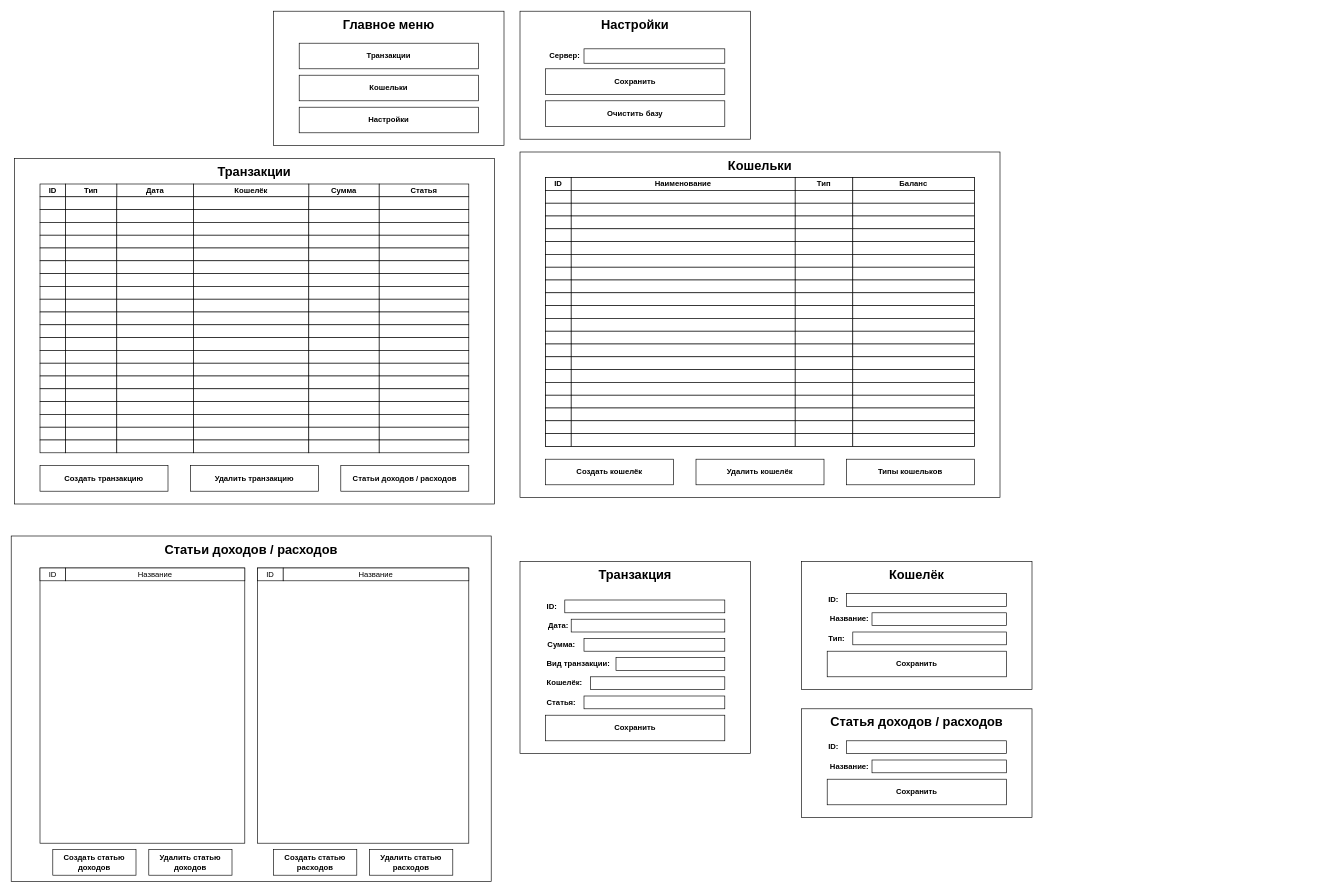
SalavatovNabiulla/MyMoney keeps this draw.io diagram as page "0.2" (1 of 2) of Other/Design.drawio. Above is the earlier version. Source tidied: cells renumbered, new cells numbered last; positions are measured from the earlier drawing's top-left corner, leaving out a move shared by most shapes. Both pictures are drawn from the tidied source at 64%, with x=0, y=0 at pixel (11, 11).
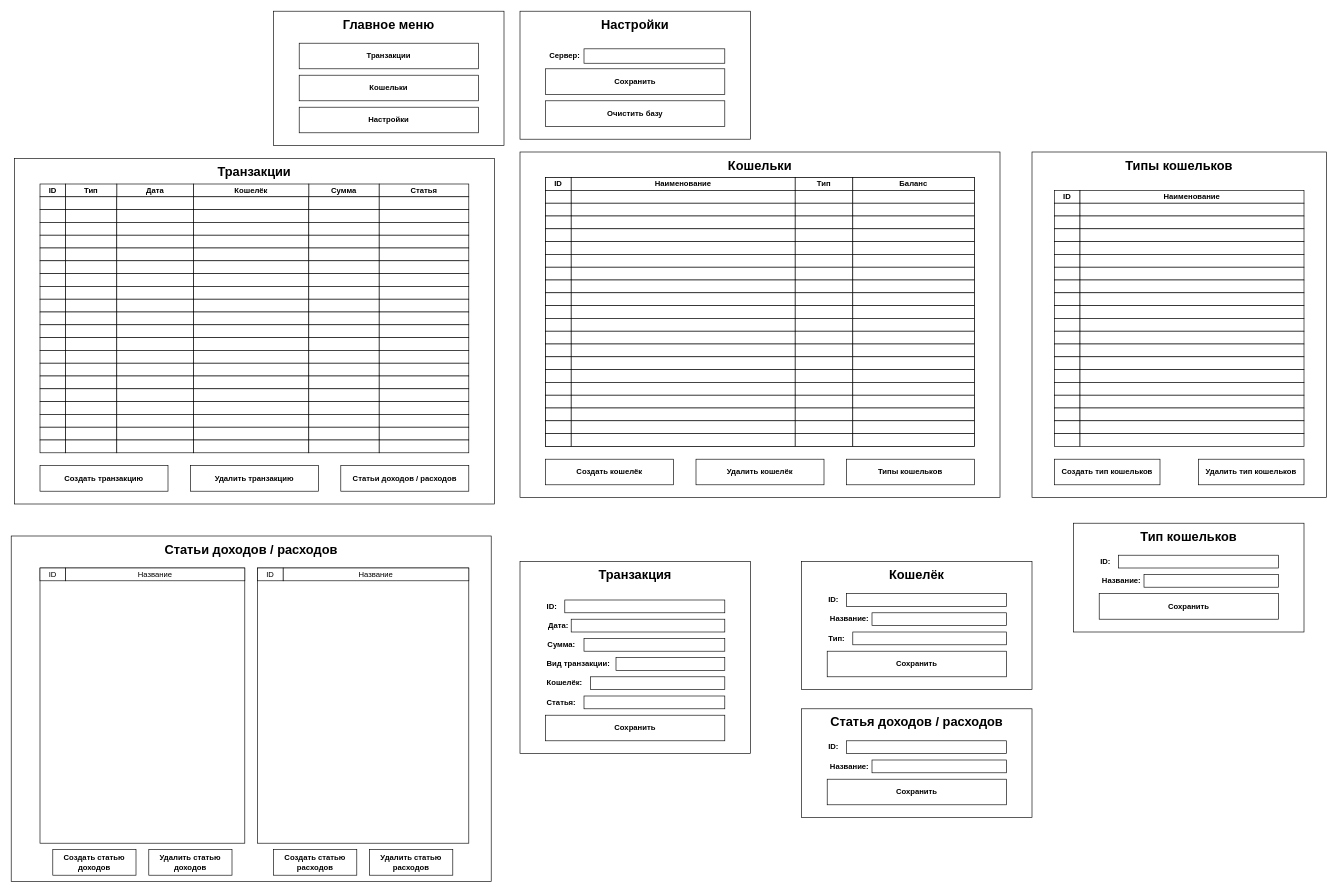
Above is the later version.

The edit, as a diff of the source:
```diff
@@
+    <mxCell id="277" style="rounded=0;whiteSpace=wrap;html=1;" parent="1" vertex="1">
+      <mxGeometry x="1595" y="220" width="460" height="540" as="geometry" />
+    </mxCell>
+    <mxCell id="278" value="Типы кошельков" style="text;html=1;strokeColor=none;fillColor=none;align=center;verticalAlign=middle;whiteSpace=wrap;rounded=0;fontStyle=1;fontSize=20;" parent="1" vertex="1">
+      <mxGeometry x="1595" y="220" width="460" height="40" as="geometry" />
+    </mxCell>
+    <mxCell id="279" value="ID" style="rounded=0;whiteSpace=wrap;html=1;fontStyle=1;" parent="1" vertex="1">
+      <mxGeometry x="1630" y="280" width="40" height="20" as="geometry" />
+    </mxCell>
+    <mxCell id="280" value="Наименование" style="rounded=0;whiteSpace=wrap;html=1;fontStyle=1;" parent="1" vertex="1">
+      <mxGeometry x="1670" y="280" width="350" height="20" as="geometry" />
+    </mxCell>
+    <mxCell id="281" style="rounded=0;whiteSpace=wrap;html=1;fontStyle=1;" parent="1" vertex="1">
+      <mxGeometry x="1630" y="300" width="40" height="20" as="geometry" />
+    </mxCell>
+    <mxCell id="282" style="rounded=0;whiteSpace=wrap;html=1;fontStyle=1;" parent="1" vertex="1">
+      <mxGeometry x="1670" y="300" width="350" height="20" as="geometry" />
+    </mxCell>
+    <mxCell id="283" style="rounded=0;whiteSpace=wrap;html=1;fontStyle=1;" parent="1" vertex="1">
+      <mxGeometry x="1630" y="320" width="40" height="20" as="geometry" />
+    </mxCell>
+    <mxCell id="284" style="rounded=0;whiteSpace=wrap;html=1;fontStyle=1;" parent="1" vertex="1">
+      <mxGeometry x="1670" y="320" width="350" height="20" as="geometry" />
+    </mxCell>
+    <mxCell id="285" style="rounded=0;whiteSpace=wrap;html=1;fontStyle=1;" parent="1" vertex="1">
+      <mxGeometry x="1630" y="340" width="40" height="20" as="geometry" />
+    </mxCell>
+    <mxCell id="286" style="rounded=0;whiteSpace=wrap;html=1;fontStyle=1;" parent="1" vertex="1">
+      <mxGeometry x="1670" y="340" width="350" height="20" as="geometry" />
+    </mxCell>
+    <mxCell id="287" style="rounded=0;whiteSpace=wrap;html=1;fontStyle=1;" parent="1" vertex="1">
+      <mxGeometry x="1630" y="360" width="40" height="20" as="geometry" />
+    </mxCell>
+    <mxCell id="288" style="rounded=0;whiteSpace=wrap;html=1;fontStyle=1;" parent="1" vertex="1">
+      <mxGeometry x="1670" y="360" width="350" height="20" as="geometry" />
+    </mxCell>
+    <mxCell id="289" style="rounded=0;whiteSpace=wrap;html=1;fontStyle=1;" parent="1" vertex="1">
+      <mxGeometry x="1630" y="380" width="40" height="20" as="geometry" />
+    </mxCell>
+    <mxCell id="290" style="rounded=0;whiteSpace=wrap;html=1;fontStyle=1;" parent="1" vertex="1">
+      <mxGeometry x="1670" y="380" width="350" height="20" as="geometry" />
+    </mxCell>
+    <mxCell id="291" style="rounded=0;whiteSpace=wrap;html=1;fontStyle=1;" parent="1" vertex="1">
+      <mxGeometry x="1630" y="400" width="40" height="20" as="geometry" />
+    </mxCell>
+    <mxCell id="292" style="rounded=0;whiteSpace=wrap;html=1;fontStyle=1;" parent="1" vertex="1">
+      <mxGeometry x="1670" y="400" width="350" height="20" as="geometry" />
+    </mxCell>
+    <mxCell id="293" style="rounded=0;whiteSpace=wrap;html=1;fontStyle=1;" parent="1" vertex="1">
+      <mxGeometry x="1630" y="420" width="40" height="20" as="geometry" />
+    </mxCell>
+    <mxCell id="294" style="rounded=0;whiteSpace=wrap;html=1;fontStyle=1;" parent="1" vertex="1">
+      <mxGeometry x="1670" y="420" width="350" height="20" as="geometry" />
+    </mxCell>
+    <mxCell id="295" style="rounded=0;whiteSpace=wrap;html=1;fontStyle=1;" parent="1" vertex="1">
+      <mxGeometry x="1630" y="440" width="40" height="20" as="geometry" />
+    </mxCell>
+    <mxCell id="296" style="rounded=0;whiteSpace=wrap;html=1;fontStyle=1;" parent="1" vertex="1">
+      <mxGeometry x="1670" y="440" width="350" height="20" as="geometry" />
+    </mxCell>
+    <mxCell id="297" style="rounded=0;whiteSpace=wrap;html=1;fontStyle=1;" parent="1" vertex="1">
+      <mxGeometry x="1630" y="460" width="40" height="20" as="geometry" />
+    </mxCell>
+    <mxCell id="298" style="rounded=0;whiteSpace=wrap;html=1;fontStyle=1;" parent="1" vertex="1">
+      <mxGeometry x="1670" y="460" width="350" height="20" as="geometry" />
+    </mxCell>
+    <mxCell id="299" style="rounded=0;whiteSpace=wrap;html=1;fontStyle=1;" parent="1" vertex="1">
+      <mxGeometry x="1630" y="480" width="40" height="20" as="geometry" />
+    </mxCell>
+    <mxCell id="300" style="rounded=0;whiteSpace=wrap;html=1;fontStyle=1;" parent="1" vertex="1">
+      <mxGeometry x="1670" y="480" width="350" height="20" as="geometry" />
+    </mxCell>
+    <mxCell id="301" style="rounded=0;whiteSpace=wrap;html=1;fontStyle=1;" parent="1" vertex="1">
+      <mxGeometry x="1630" y="500" width="40" height="20" as="geometry" />
+    </mxCell>
+    <mxCell id="302" style="rounded=0;whiteSpace=wrap;html=1;fontStyle=1;" parent="1" vertex="1">
+      <mxGeometry x="1670" y="500" width="350" height="20" as="geometry" />
+    </mxCell>
+    <mxCell id="303" style="rounded=0;whiteSpace=wrap;html=1;fontStyle=1;" parent="1" vertex="1">
+      <mxGeometry x="1630" y="520" width="40" height="20" as="geometry" />
+    </mxCell>
+    <mxCell id="304" style="rounded=0;whiteSpace=wrap;html=1;fontStyle=1;" parent="1" vertex="1">
+      <mxGeometry x="1670" y="520" width="350" height="20" as="geometry" />
+    </mxCell>
+    <mxCell id="305" style="rounded=0;whiteSpace=wrap;html=1;fontStyle=1;" parent="1" vertex="1">
+      <mxGeometry x="1630" y="540" width="40" height="20" as="geometry" />
+    </mxCell>
+    <mxCell id="306" style="rounded=0;whiteSpace=wrap;html=1;fontStyle=1;" parent="1" vertex="1">
+      <mxGeometry x="1670" y="540" width="350" height="20" as="geometry" />
+    </mxCell>
+    <mxCell id="307" style="rounded=0;whiteSpace=wrap;html=1;fontStyle=1;" parent="1" vertex="1">
+      <mxGeometry x="1630" y="560" width="40" height="20" as="geometry" />
+    </mxCell>
+    <mxCell id="308" style="rounded=0;whiteSpace=wrap;html=1;fontStyle=1;" parent="1" vertex="1">
+      <mxGeometry x="1670" y="560" width="350" height="20" as="geometry" />
+    </mxCell>
+    <mxCell id="309" style="rounded=0;whiteSpace=wrap;html=1;fontStyle=1;" parent="1" vertex="1">
+      <mxGeometry x="1630" y="580" width="40" height="20" as="geometry" />
+    </mxCell>
+    <mxCell id="310" style="rounded=0;whiteSpace=wrap;html=1;fontStyle=1;" parent="1" vertex="1">
+      <mxGeometry x="1670" y="580" width="350" height="20" as="geometry" />
+    </mxCell>
+    <mxCell id="311" style="rounded=0;whiteSpace=wrap;html=1;fontStyle=1;" parent="1" vertex="1">
+      <mxGeometry x="1630" y="600" width="40" height="20" as="geometry" />
+    </mxCell>
+    <mxCell id="312" style="rounded=0;whiteSpace=wrap;html=1;fontStyle=1;" parent="1" vertex="1">
+      <mxGeometry x="1670" y="600" width="350" height="20" as="geometry" />
+    </mxCell>
+    <mxCell id="313" style="rounded=0;whiteSpace=wrap;html=1;fontStyle=1;" parent="1" vertex="1">
+      <mxGeometry x="1630" y="620" width="40" height="20" as="geometry" />
+    </mxCell>
+    <mxCell id="314" style="rounded=0;whiteSpace=wrap;html=1;fontStyle=1;" parent="1" vertex="1">
+      <mxGeometry x="1670" y="620" width="350" height="20" as="geometry" />
+    </mxCell>
+    <mxCell id="315" style="rounded=0;whiteSpace=wrap;html=1;fontStyle=1;" parent="1" vertex="1">
+      <mxGeometry x="1630" y="640" width="40" height="20" as="geometry" />
+    </mxCell>
+    <mxCell id="316" style="rounded=0;whiteSpace=wrap;html=1;fontStyle=1;" parent="1" vertex="1">
+      <mxGeometry x="1670" y="640" width="350" height="20" as="geometry" />
+    </mxCell>
+    <mxCell id="317" style="rounded=0;whiteSpace=wrap;html=1;fontStyle=1;" parent="1" vertex="1">
+      <mxGeometry x="1630" y="660" width="40" height="20" as="geometry" />
+    </mxCell>
+    <mxCell id="318" style="rounded=0;whiteSpace=wrap;html=1;fontStyle=1;" parent="1" vertex="1">
+      <mxGeometry x="1670" y="660" width="350" height="20" as="geometry" />
+    </mxCell>
+    <mxCell id="319" value="Создать тип кошельков" style="rounded=0;whiteSpace=wrap;html=1;fontStyle=1;" parent="1" vertex="1">
+      <mxGeometry x="1630" y="700" width="165" height="40" as="geometry" />
+    </mxCell>
+    <mxCell id="320" value="Удалить тип кошельков" style="rounded=0;whiteSpace=wrap;html=1;fontStyle=1;" parent="1" vertex="1">
+      <mxGeometry x="1855" y="700" width="165" height="40" as="geometry" />
+    </mxCell>
+    <mxCell id="321" style="rounded=0;whiteSpace=wrap;html=1;" parent="1" vertex="1">
+      <mxGeometry x="1660" y="800" width="360" height="170" as="geometry" />
+    </mxCell>
+    <mxCell id="322" value="Тип кошельков" style="text;html=1;strokeColor=none;fillColor=none;align=center;verticalAlign=middle;whiteSpace=wrap;rounded=0;fontStyle=1;fontSize=20;" parent="1" vertex="1">
+      <mxGeometry x="1660" y="800" width="360" height="40" as="geometry" />
+    </mxCell>
+    <mxCell id="323" value="Сохранить" style="rounded=0;whiteSpace=wrap;html=1;fontStyle=1;" parent="1" vertex="1">
+      <mxGeometry x="1700" y="910" width="280" height="40" as="geometry" />
+    </mxCell>
+    <mxCell id="324" value="Название:" style="text;html=1;strokeColor=none;fillColor=none;align=center;verticalAlign=middle;whiteSpace=wrap;rounded=0;fontStyle=1;" parent="1" vertex="1">
+      <mxGeometry x="1700" y="880" width="70" height="20" as="geometry" />
+    </mxCell>
+    <mxCell id="325" style="rounded=0;whiteSpace=wrap;html=1;" parent="1" vertex="1">
+      <mxGeometry x="1770" y="880" width="210" height="20" as="geometry" />
+    </mxCell>
+    <mxCell id="326" value="ID:" style="text;html=1;strokeColor=none;fillColor=none;align=left;verticalAlign=middle;whiteSpace=wrap;rounded=0;fontStyle=1;" parent="1" vertex="1">
+      <mxGeometry x="1700" y="850" width="20" height="20" as="geometry" />
+    </mxCell>
+    <mxCell id="327" style="rounded=0;whiteSpace=wrap;html=1;" parent="1" vertex="1">
+      <mxGeometry x="1730" y="850" width="250" height="20" as="geometry" />
+    </mxCell>
```
